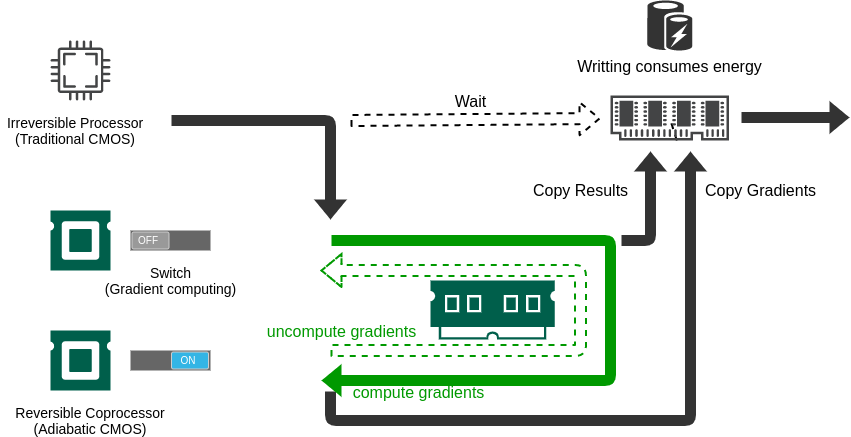
Above: hardware.png in GiggleLiu/nilangpaper (draw.io), before the change. Source tidied: cells renumbered, new cells last; positions are measured from the earlier drawing's top-left corner, leaving out a move shared by most shapes.
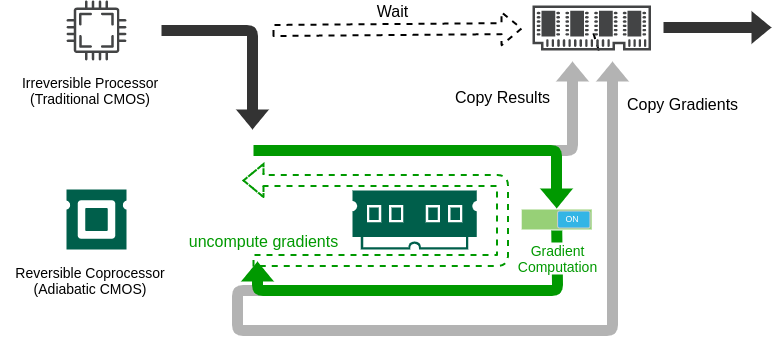
Above is the later version.

Commit message:
update hardware image and citation

The edit, as a diff of the source:
```diff
@@ -3,88 +3,76 @@
     <mxCell id="0" />
     <mxCell id="1" parent="0" />
     <mxCell id="2" value="Irreversible Processor&lt;br style=&quot;font-size: 14px;&quot;&gt;(Traditional CMOS)" style="text;html=1;strokeColor=none;fillColor=none;align=center;verticalAlign=middle;whiteSpace=wrap;rounded=0;fontSize=14;" parent="1" vertex="1">
-      <mxGeometry y="120" width="150" height="20" as="geometry" />
+      <mxGeometry x="-46" y="80" width="150" height="20" as="geometry" />
     </mxCell>
     <mxCell id="3" value="Reversible Coprocessor&lt;br style=&quot;font-size: 14px;&quot;&gt;(Adiabatic CMOS)" style="text;html=1;strokeColor=none;fillColor=none;align=center;verticalAlign=middle;whiteSpace=wrap;rounded=0;fontSize=14;" parent="1" vertex="1">
-      <mxGeometry y="410" width="180" height="20" as="geometry" />
+      <mxGeometry x="-61" y="270" width="180" height="20" as="geometry" />
     </mxCell>
-    <mxCell id="4" style="verticalLabelPosition=bottom;verticalAlign=top;html=1;shadow=0;dashed=0;strokeWidth=1;shape=mxgraph.android.switch_on;fillColor=#666666;" parent="1" vertex="1">
-      <mxGeometry x="130" y="350" width="80" height="20" as="geometry" />
-    </mxCell>
-    <mxCell id="5" style="verticalLabelPosition=bottom;verticalAlign=top;html=1;shadow=0;dashed=0;strokeWidth=1;shape=mxgraph.android.switch_off;fillColor=#666666;" parent="1" vertex="1">
-      <mxGeometry x="130" y="230" width="80" height="20" as="geometry" />
-    </mxCell>
     <mxCell id="6" style="shadow=0;dashed=0;html=1;strokeColor=none;fillColor=#005F4B;labelPosition=center;verticalLabelPosition=bottom;verticalAlign=top;align=center;shape=mxgraph.veeam2.ram;" parent="1" vertex="1">
-      <mxGeometry x="430" y="280" width="124.2" height="59" as="geometry" />
+      <mxGeometry x="291" y="190" width="124.2" height="59" as="geometry" />
     </mxCell>
     <mxCell id="7" style="shadow=0;dashed=0;html=1;strokeColor=none;fillColor=#434445;labelPosition=center;verticalLabelPosition=bottom;verticalAlign=top;align=center;shape=mxgraph.vvd.cpu;" parent="1" vertex="1">
-      <mxGeometry x="50" y="40" width="60" height="60" as="geometry" />
+      <mxGeometry x="5" width="60" height="60" as="geometry" />
     </mxCell>
-    <mxCell id="8" style="shadow=0;dashed=0;html=1;strokeColor=none;fillColor=#005F4B;labelPosition=center;verticalLabelPosition=bottom;verticalAlign=top;align=center;shape=mxgraph.veeam2.cpu;" parent="1" vertex="1">
-      <mxGeometry x="50" y="210" width="60" height="60" as="geometry" />
-    </mxCell>
-    <mxCell id="9" value="Copy Results" style="shape=flexArrow;endArrow=classic;html=1;strokeColor=none;strokeWidth=2;fontSize=16;fillColor=#333333;" parent="1" edge="1">
+    <mxCell id="9" value="Copy Results" style="shape=flexArrow;endArrow=classic;html=1;strokeColor=none;strokeWidth=2;fontSize=16;fillColor=#B3B3B3;" parent="1" edge="1">
       <mxGeometry x="0.33" y="70" relative="1" as="geometry">
-        <mxPoint x="620" y="240" as="sourcePoint" />
-        <mxPoint x="650" y="150" as="targetPoint" />
+        <mxPoint x="489" y="150" as="sourcePoint" />
+        <mxPoint x="511" y="60" as="targetPoint" />
         <Array as="points">
-          <mxPoint x="650" y="240" />
+          <mxPoint x="511" y="150" />
         </Array>
       </mxGeometry>
     </mxCell>
-    <mxCell id="10" value="Copy Gradients" style="shape=flexArrow;endArrow=classic;html=1;strokeColor=none;strokeWidth=2;fontSize=16;fillColor=#333333;" parent="1" edge="1">
+    <mxCell id="10" value="Copy Gradients" style="shape=flexArrow;endArrow=classic;html=1;strokeColor=none;strokeWidth=2;fontSize=16;fillColor=#B3B3B3;" parent="1" edge="1">
       <mxGeometry x="0.88" y="-70" relative="1" as="geometry">
-        <mxPoint x="330" y="390" as="sourcePoint" />
-        <mxPoint x="690" y="150" as="targetPoint" />
+        <mxPoint x="209" y="290" as="sourcePoint" />
+        <mxPoint x="551" y="60" as="targetPoint" />
         <Array as="points">
-          <mxPoint x="330" y="420" />
-          <mxPoint x="690" y="420" />
+          <mxPoint x="176" y="290" />
+          <mxPoint x="176" y="330" />
+          <mxPoint x="551" y="330" />
         </Array>
       </mxGeometry>
     </mxCell>
     <mxCell id="11" style="shadow=0;dashed=0;html=1;strokeColor=none;fillColor=#005F4B;labelPosition=center;verticalLabelPosition=bottom;verticalAlign=top;align=center;shape=mxgraph.veeam2.cpu;" parent="1" vertex="1">
-      <mxGeometry x="50" y="330" width="60" height="60" as="geometry" />
+      <mxGeometry x="5" y="189" width="60" height="60" as="geometry" />
     </mxCell>
     <mxCell id="12" style="endArrow=none;dashed=1;html=1;strokeColor=#000000;strokeWidth=2;" parent="1" edge="1" source="14">
       <mxGeometry relative="1" as="geometry">
-        <mxPoint x="670" y="120" as="targetPoint" />
+        <mxPoint x="531" y="30" as="targetPoint" />
       </mxGeometry>
     </mxCell>
-    <mxCell id="13" value="Switch&lt;br&gt;(Gradient computing)" style="text;html=1;strokeColor=none;fillColor=none;align=center;verticalAlign=middle;whiteSpace=wrap;rounded=0;fontSize=14;" parent="1" vertex="1">
-      <mxGeometry x="97.5" y="270" width="145" height="20" as="geometry" />
-    </mxCell>
     <mxCell id="14" style="shadow=0;dashed=0;html=1;strokeColor=none;fillColor=#434445;labelPosition=center;verticalLabelPosition=bottom;verticalAlign=top;align=center;outlineConnect=0;shape=mxgraph.vvd.memory;labelBackgroundColor=#ffffff;" parent="1" vertex="1">
-      <mxGeometry x="610" y="95" width="118.4" height="45" as="geometry" />
+      <mxGeometry x="471" y="5" width="118.4" height="45" as="geometry" />
     </mxCell>
-    <mxCell id="15" style="shape=flexArrow;endArrow=classic;html=1;strokeColor=none;strokeWidth=2;fontSize=16;fillColor=#009900;" parent="1" edge="1">
+    <mxCell id="15" style="shape=flexArrow;endArrow=classic;html=1;strokeColor=none;strokeWidth=2;fontSize=16;fillColor=#009900;" parent="1" edge="1" source="4">
       <mxGeometry x="0.82" y="-80" relative="1" as="geometry">
-        <mxPoint x="330" y="240" as="sourcePoint" />
-        <mxPoint x="320" y="380" as="targetPoint" />
+        <mxPoint x="196" y="260" as="targetPoint" />
         <Array as="points">
-          <mxPoint x="610" y="240" />
-          <mxPoint x="610" y="380" />
+          <mxPoint x="496" y="290" />
+          <mxPoint x="196" y="290" />
         </Array>
       </mxGeometry>
     </mxCell>
     <mxCell id="16" style="shape=flexArrow;endArrow=classic;html=1;strokeColor=none;strokeWidth=2;fontSize=16;fillColor=#333333;" parent="1" edge="1">
       <mxGeometry x="0.82" y="-80" relative="1" as="geometry">
-        <mxPoint x="170" y="120" as="sourcePoint" />
-        <mxPoint x="330" y="220" as="targetPoint" />
+        <mxPoint x="99" y="30" as="sourcePoint" />
+        <mxPoint x="191" y="130" as="targetPoint" />
         <Array as="points">
-          <mxPoint x="330" y="120" />
+          <mxPoint x="191" y="30" />
         </Array>
       </mxGeometry>
     </mxCell>
     <mxCell id="17" style="shape=flexArrow;endArrow=classic;html=1;strokeColor=none;strokeWidth=2;fontSize=16;fillColor=#333333;" parent="1" edge="1">
       <mxGeometry x="0.82" y="-80" relative="1" as="geometry">
-        <mxPoint x="740" y="117" as="sourcePoint" />
-        <mxPoint x="850" y="117" as="targetPoint" />
+        <mxPoint x="601" y="27" as="sourcePoint" />
+        <mxPoint x="711" y="27" as="targetPoint" />
       </mxGeometry>
     </mxCell>
     <mxCell id="18" style="shape=flexArrow;endArrow=classic;html=1;strokeColor=#000000;strokeWidth=2;fillColor=none;fontSize=14;fontColor=#009900;dashed=1;" parent="1" edge="1">
       <mxGeometry relative="1" as="geometry">
-        <mxPoint x="350" y="120" as="sourcePoint" />
-        <mxPoint x="600" y="118" as="targetPoint" />
+        <mxPoint x="211" y="30" as="sourcePoint" />
+        <mxPoint x="461" y="28" as="targetPoint" />
       </mxGeometry>
     </mxCell>
     <mxCell id="19" value="&lt;font color=&quot;#000000&quot; style=&quot;font-size: 16px;&quot;&gt;Wait&lt;/font&gt;" style="text;html=1;align=center;verticalAlign=middle;labelBackgroundColor=#ffffff;fontSize=16;fontColor=#009900;" parent="18" vertex="1">
@@ -94,11 +82,11 @@
     </mxCell>
     <mxCell id="20" style="shape=flexArrow;endArrow=classic;html=1;strokeColor=#009900;strokeWidth=2;fontSize=16;fillColor=none;dashed=1;" parent="1" edge="1">
       <mxGeometry x="0.82" y="-80" relative="1" as="geometry">
-        <mxPoint x="330" y="350" as="sourcePoint" />
-        <mxPoint x="320" y="270" as="targetPoint" />
+        <mxPoint x="191" y="260" as="sourcePoint" />
+        <mxPoint x="181" y="180" as="targetPoint" />
         <Array as="points">
-          <mxPoint x="580" y="350" />
-          <mxPoint x="580" y="270" />
+          <mxPoint x="441" y="260" />
+          <mxPoint x="441" y="180" />
         </Array>
       </mxGeometry>
     </mxCell>
@@ -107,13 +95,19 @@
         <mxPoint x="-242" y="31" as="offset" />
       </mxGeometry>
     </mxCell>
-    <mxCell id="22" value="compute gradients" style="text;html=1;align=center;verticalAlign=middle;labelBackgroundColor=none;fontSize=16;fontColor=#009900;" parent="1" vertex="1">
-      <mxGeometry x="669.2" y="390" as="geometry">
-        <mxPoint x="-252" y="1" as="offset" />
-      </mxGeometry>
-    </mxCell>
-    <mxCell id="23" value="&lt;font color=&quot;#000000&quot;&gt;Writting consumes energy&lt;/font&gt;" style="verticalLabelPosition=bottom;html=1;verticalAlign=top;align=center;strokeColor=none;fillColor=#333333;shape=mxgraph.azure.azure_cache;labelBackgroundColor=none;fontSize=16;fontColor=#009900;" parent="1" vertex="1">
-      <mxGeometry x="646.7" width="45" height="50" as="geometry" />
-    </mxCell>
+    <mxCell id="4" style="verticalLabelPosition=bottom;verticalAlign=top;html=1;shadow=0;dashed=0;strokeWidth=1;shape=mxgraph.android.switch_on;fillColor=#97D077;" parent="1" vertex="1">
+      <mxGeometry x="460.2" y="209" width="70" height="20" as="geometry" />
+    </mxCell>
+    <mxCell id="24" style="shape=flexArrow;endArrow=classic;html=1;strokeColor=none;strokeWidth=2;fontSize=16;fillColor=#009900;" parent="1" edge="1" target="4">
+      <mxGeometry x="0.82" y="-80" relative="1" as="geometry">
+        <mxPoint x="191" y="150" as="sourcePoint" />
+        <Array as="points">
+          <mxPoint x="495" y="150" />
+        </Array>
+      </mxGeometry>
+    </mxCell>
+    <mxCell id="13" value="Gradient&lt;br&gt;Computation" style="text;html=1;strokeColor=none;fillColor=#ffffff;align=center;verticalAlign=middle;whiteSpace=wrap;rounded=0;fontSize=14;fontColor=#009900;" parent="1" vertex="1">
+      <mxGeometry x="457" y="242" width="78.7" height="32" as="geometry" />
+    </mxCell>
   </root>
 </mxGraphModel>
```
